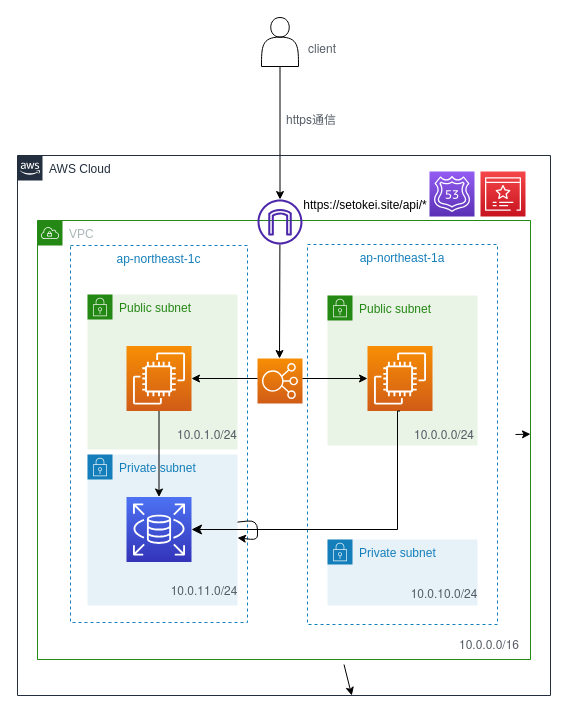
Above: API/Conduit/backend/arch.drawio in setodeve/ApprenticeShip (draw.io), before the change. Source tidied: cells renumbered, new cells numbered last; positions are measured from the earlier drawing's top-left corner, leaving out a move shared by most shapes. Both pictures are drawn from the tidied source at 100%, with x=0, y=0 at pixel (17, 17).
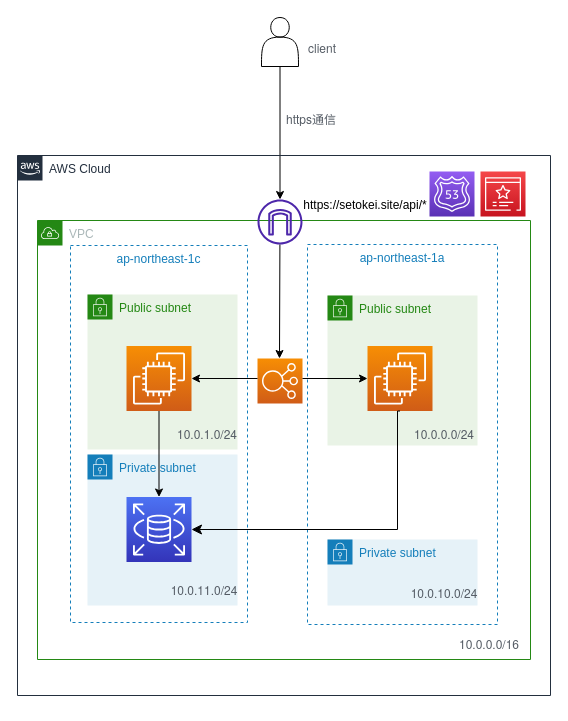
The same page after the edit.

Unchanged cells that the change refers to:
```xml
<mxCell id="6" value="AWS Cloud" style="points=[[0,0],[0.25,0],[0.5,0],[0.75,0],[1,0],[1,0.25],[1,0.5],[1,0.75],[1,1],[0.75,1],[0.5,1],[0.25,1],[0,1],[0,0.75],[0,0.5],[0,0.25]];outlineConnect=0;gradientColor=none;html=1;whiteSpace=wrap;fontSize=12;fontStyle=0;shape=mxgraph.aws4.group;grIcon=mxgraph.aws4.group_aws_cloud_alt;strokeColor=#232F3E;fillColor=none;verticalAlign=top;align=left;spacingLeft=30;fontColor=#232F3E;dashed=0;" parent="1" vertex="1">
  <mxGeometry y="138" width="533" height="540" as="geometry" />
</mxCell>
<mxCell id="11" value="VPC" style="points=[[0,0],[0.25,0],[0.5,0],[0.75,0],[1,0],[1,0.25],[1,0.5],[1,0.75],[1,1],[0.75,1],[0.5,1],[0.25,1],[0,1],[0,0.75],[0,0.5],[0,0.25]];outlineConnect=0;gradientColor=none;html=1;whiteSpace=wrap;fontSize=12;fontStyle=0;shape=mxgraph.aws4.group;grIcon=mxgraph.aws4.group_vpc;strokeColor=#248814;fillColor=none;verticalAlign=top;align=left;spacingLeft=30;fontColor=#AAB7B8;dashed=0;" parent="1" vertex="1">
  <mxGeometry x="20" y="203" width="493" height="439" as="geometry" />
</mxCell>
<mxCell id="14" value="Private subnet" style="points=[[0,0],[0.25,0],[0.5,0],[0.75,0],[1,0],[1,0.25],[1,0.5],[1,0.75],[1,1],[0.75,1],[0.5,1],[0.25,1],[0,1],[0,0.75],[0,0.5],[0,0.25]];outlineConnect=0;gradientColor=none;html=1;whiteSpace=wrap;fontSize=12;fontStyle=0;shape=mxgraph.aws4.group;grIcon=mxgraph.aws4.group_security_group;grStroke=0;strokeColor=#147EBA;fillColor=#E6F2F8;verticalAlign=top;align=left;spacingLeft=30;fontColor=#147EBA;dashed=0;" parent="1" vertex="1">
  <mxGeometry x="70" y="437" width="150" height="151" as="geometry" />
</mxCell>
```

Diff of the diagram source:
```diff
@@
-    <mxCell id="9" style="edgeStyle=none;html=1;" parent="1" edge="1" target="6">
-      <mxGeometry relative="1" as="geometry">
-        <mxPoint x="326.5" y="647" as="sourcePoint" />
-      </mxGeometry>
-    </mxCell>
-    <mxCell id="10" style="edgeStyle=none;html=1;exitX=1;exitY=0.5;exitDx=0;exitDy=0;" parent="1" edge="1" target="11">
-      <mxGeometry relative="1" as="geometry">
-        <mxPoint x="498" y="417" as="sourcePoint" />
-      </mxGeometry>
-    </mxCell>
@@
-    <mxCell id="17" style="edgeStyle=none;html=1;" parent="1" edge="1" source="14" target="14">
-      <mxGeometry relative="1" as="geometry" />
-    </mxCell>
```
